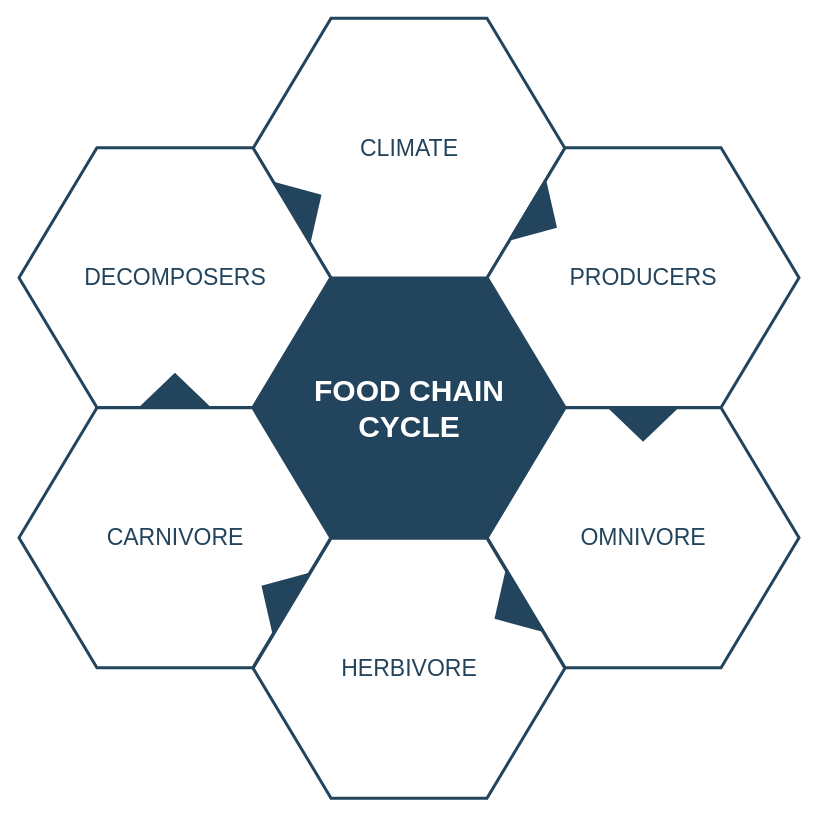
The draw.io diagram Untitled Diagram.drawio in Vrishabhsk/Todo, before the edit. Source tidied: cells renumbered, new cells numbered last; positions are measured from the earlier drawing's top-left corner, leaving out a move shared by most shapes. Both pictures are drawn from the tidied source at 100%, with x=0, y=0 at pixel (18, 18).
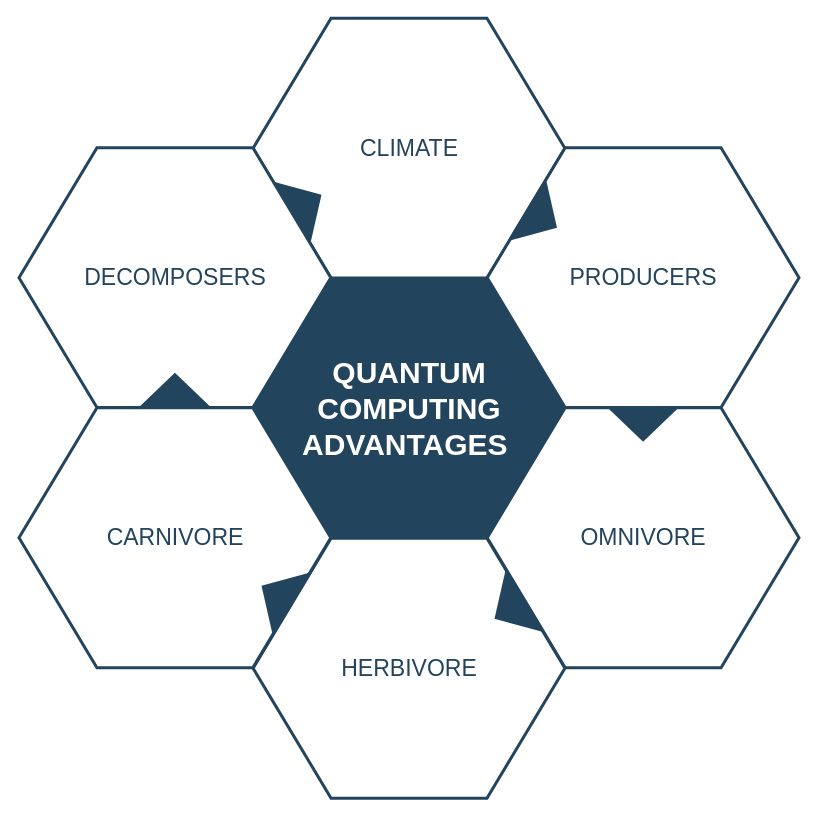
Above is the later version.

Commit message:
Quantum Computing with Cloud Security

What changed in the source:
```diff
@@
 <mxGraphModel>
   <root>
     <mxCell id="0" />
     <mxCell id="1" parent="0" />
-    <mxCell id="2" value="&lt;font style=&quot;font-size: 30px&quot; color=&quot;#ffffff&quot;&gt;&lt;b&gt;&lt;span&gt;FOOD CHAIN&lt;/span&gt;&lt;br&gt;&lt;span&gt;CYCLE&lt;/span&gt;&lt;/b&gt;&lt;/font&gt;&lt;br&gt;" style="shape=hexagon;perimeter=hexagonPerimeter2;whiteSpace=wrap;html=1;shadow=0;labelBackgroundColor=none;strokeColor=#23445D;fillColor=#23445D;gradientColor=none;fontFamily=Helvetica;fontSize=23;fontColor=#23445d;align=center;strokeWidth=3;" parent="1" vertex="1">
+    <mxCell id="2" value="&lt;font color=&quot;#ffffff&quot;&gt;&lt;span style=&quot;font-size: 30px&quot;&gt;&lt;b&gt;QUANTUM COMPUTING ADVANTAGES&amp;nbsp;&lt;/b&gt;&lt;/span&gt;&lt;/font&gt;" style="shape=hexagon;perimeter=hexagonPerimeter2;whiteSpace=wrap;html=1;shadow=0;labelBackgroundColor=none;strokeColor=#23445D;fillColor=#23445D;gradientColor=none;fontFamily=Helvetica;fontSize=23;fontColor=#23445d;align=center;strokeWidth=3;" parent="1" vertex="1">
       <mxGeometry x="234.6" y="259.8" width="311.8" height="259.9" as="geometry" />
     </mxCell>
     <mxCell id="3" style="triangle;whiteSpace=wrap;html=1;shadow=0;labelBackgroundColor=none;strokeColor=none;fillColor=#FFFFFF;fontFamily=Helvetica;fontSize=17;fontColor=#23445d;align=center;rotation=90;gradientColor=none;flipV=1;flipH=1;opacity=20;" parent="1" vertex="1">
       <mxGeometry x="115.5" y="277.7" width="72" height="152" as="geometry" />
     </mxCell>
     <mxCell id="4" value="&lt;font style=&quot;font-size: 23px&quot;&gt;CLIMATE&lt;/font&gt;" style="shape=hexagon;perimeter=hexagonPerimeter2;whiteSpace=wrap;html=1;shadow=0;labelBackgroundColor=none;strokeColor=#23445D;fillColor=#ffffff;gradientColor=none;fontFamily=Helvetica;fontSize=23;fontColor=#23445D;align=center;strokeWidth=3;" parent="1" vertex="1">
       <mxGeometry x="234.6" y="-0.3" width="311.8" height="259.9" as="geometry" />
     </mxCell>
     <mxCell id="5" value="&lt;font style=&quot;font-size: 23px&quot;&gt;PRODUCERS&lt;/font&gt;" style="shape=hexagon;perimeter=hexagonPerimeter2;whiteSpace=wrap;html=1;shadow=0;labelBackgroundColor=none;strokeColor=#23445D;fillColor=#FFFFFF;gradientColor=none;fontFamily=Helvetica;fontSize=23;fontColor=#23445d;align=center;strokeWidth=3;" parent="1" vertex="1">
       <mxGeometry x="468.7" y="129.2" width="311.8" height="259.9" as="geometry" />
     </mxCell>
     <mxCell id="6" value="&lt;font style=&quot;font-size: 23px&quot;&gt;OMNIVORE&lt;/font&gt;" style="shape=hexagon;perimeter=hexagonPerimeter2;whiteSpace=wrap;html=1;shadow=0;labelBackgroundColor=none;strokeColor=#23445D;fillColor=#FFFFFF;gradientColor=none;fontFamily=Helvetica;fontSize=23;fontColor=#23445d;align=center;strokeWidth=3;" parent="1" vertex="1">
       <mxGeometry x="468.7" y="389.3" width="311.8" height="259.9" as="geometry" />
     </mxCell>
     <mxCell id="7" value="&lt;font style=&quot;font-size: 23px&quot;&gt;HERBIVORE&lt;/font&gt;" style="shape=hexagon;perimeter=hexagonPerimeter2;whiteSpace=wrap;html=1;shadow=0;labelBackgroundColor=none;strokeColor=#23445D;fillColor=#FFFFFF;gradientColor=none;fontFamily=Helvetica;fontSize=23;fontColor=#23445d;align=center;strokeWidth=3;" parent="1" vertex="1">
       <mxGeometry x="234.6" y="519.8" width="311.8" height="259.9" as="geometry" />
     </mxCell>
     <mxCell id="8" value="&lt;font style=&quot;font-size: 23px&quot;&gt;CARNIVORE&lt;/font&gt;" style="shape=hexagon;perimeter=hexagonPerimeter2;whiteSpace=wrap;html=1;shadow=0;labelBackgroundColor=none;strokeColor=#23445D;fillColor=#FFFFFF;gradientColor=none;fontFamily=Helvetica;fontSize=23;fontColor=#23445d;align=center;strokeWidth=3;" parent="1" vertex="1">
       <mxGeometry x="0.5" y="389.3" width="311.8" height="259.9" as="geometry" />
     </mxCell>
     <mxCell id="9" value="&lt;font style=&quot;font-size: 23px;&quot;&gt;DECOMPOSERS&lt;/font&gt;" style="shape=hexagon;perimeter=hexagonPerimeter2;whiteSpace=wrap;html=1;shadow=0;labelBackgroundColor=none;strokeColor=#23445D;fillColor=#ffffff;gradientColor=none;fontFamily=Helvetica;fontSize=23;fontColor=#23445D;align=center;strokeWidth=3;" parent="1" vertex="1">
       <mxGeometry x="0.5" y="129.2" width="311.8" height="259.9" as="geometry" />
     </mxCell>
     <mxCell id="10" style="triangle;whiteSpace=wrap;html=1;shadow=0;labelBackgroundColor=none;strokeColor=none;fillColor=#23445D;fontFamily=Helvetica;fontSize=17;fontColor=#23445d;align=center;rotation=31;gradientColor=none;strokeWidth=3;" parent="1" vertex="1">
       <mxGeometry x="506" y="163.7" width="35" height="73" as="geometry" />
     </mxCell>
     <mxCell id="11" style="triangle;whiteSpace=wrap;html=1;shadow=0;labelBackgroundColor=none;strokeColor=none;fillColor=#23445D;fontFamily=Helvetica;fontSize=17;fontColor=#23445d;align=center;rotation=31;gradientColor=none;flipH=1;strokeWidth=3;" parent="1" vertex="1">
       <mxGeometry x="240.5" y="539.7" width="35" height="73" as="geometry" />
     </mxCell>
     <mxCell id="12" style="triangle;whiteSpace=wrap;html=1;shadow=0;labelBackgroundColor=none;strokeColor=none;fillColor=#23445D;fontFamily=Helvetica;fontSize=17;fontColor=#23445d;align=center;rotation=329;gradientColor=none;strokeWidth=3;" parent="1" vertex="1">
       <mxGeometry x="270.5" y="148.7" width="35" height="73" as="geometry" />
     </mxCell>
     <mxCell id="13" style="triangle;whiteSpace=wrap;html=1;shadow=0;labelBackgroundColor=none;strokeColor=none;fillColor=#23445D;fontFamily=Helvetica;fontSize=17;fontColor=#23445d;align=center;rotation=329;gradientColor=none;flipH=1;strokeWidth=3;" parent="1" vertex="1">
       <mxGeometry x="473.5" y="554.7" width="35" height="73" as="geometry" />
     </mxCell>
     <mxCell id="14" style="triangle;whiteSpace=wrap;html=1;shadow=0;labelBackgroundColor=none;strokeColor=none;fillColor=#23445D;fontFamily=Helvetica;fontSize=17;fontColor=#23445d;align=center;rotation=90;gradientColor=none;strokeWidth=3;" parent="1" vertex="1">
       <mxGeometry x="607.1" y="369.2" width="35" height="73" as="geometry" />
     </mxCell>
     <mxCell id="15" style="triangle;whiteSpace=wrap;html=1;shadow=0;labelBackgroundColor=none;strokeColor=none;fillColor=#23445D;fontFamily=Helvetica;fontSize=17;fontColor=#23445d;align=center;rotation=90;gradientColor=none;flipH=1;strokeWidth=3;" parent="1" vertex="1">
       <mxGeometry x="138.9" y="335.2" width="35" height="73" as="geometry" />
     </mxCell>
   </root>
 </mxGraphModel>
```
